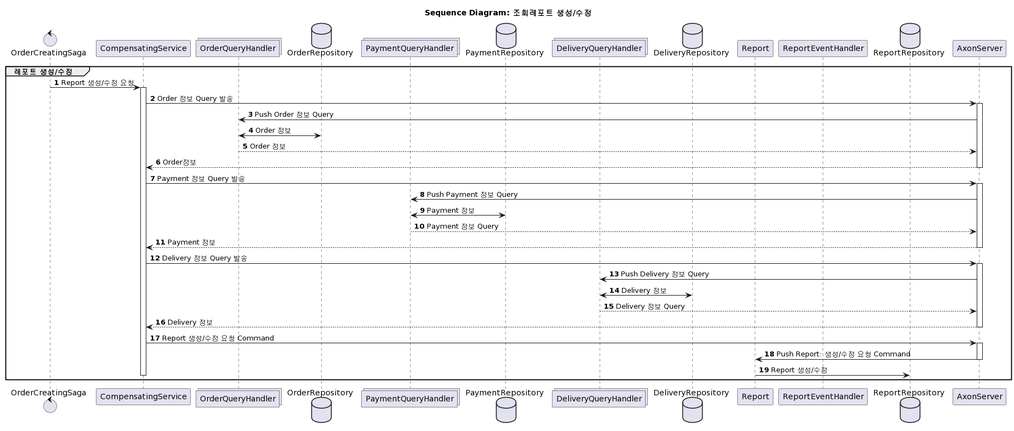
happykubepia/agilemall-axon keeps this PlantUML diagram as doc/uml/sequence/seq_create.png. Above is the earlier version.
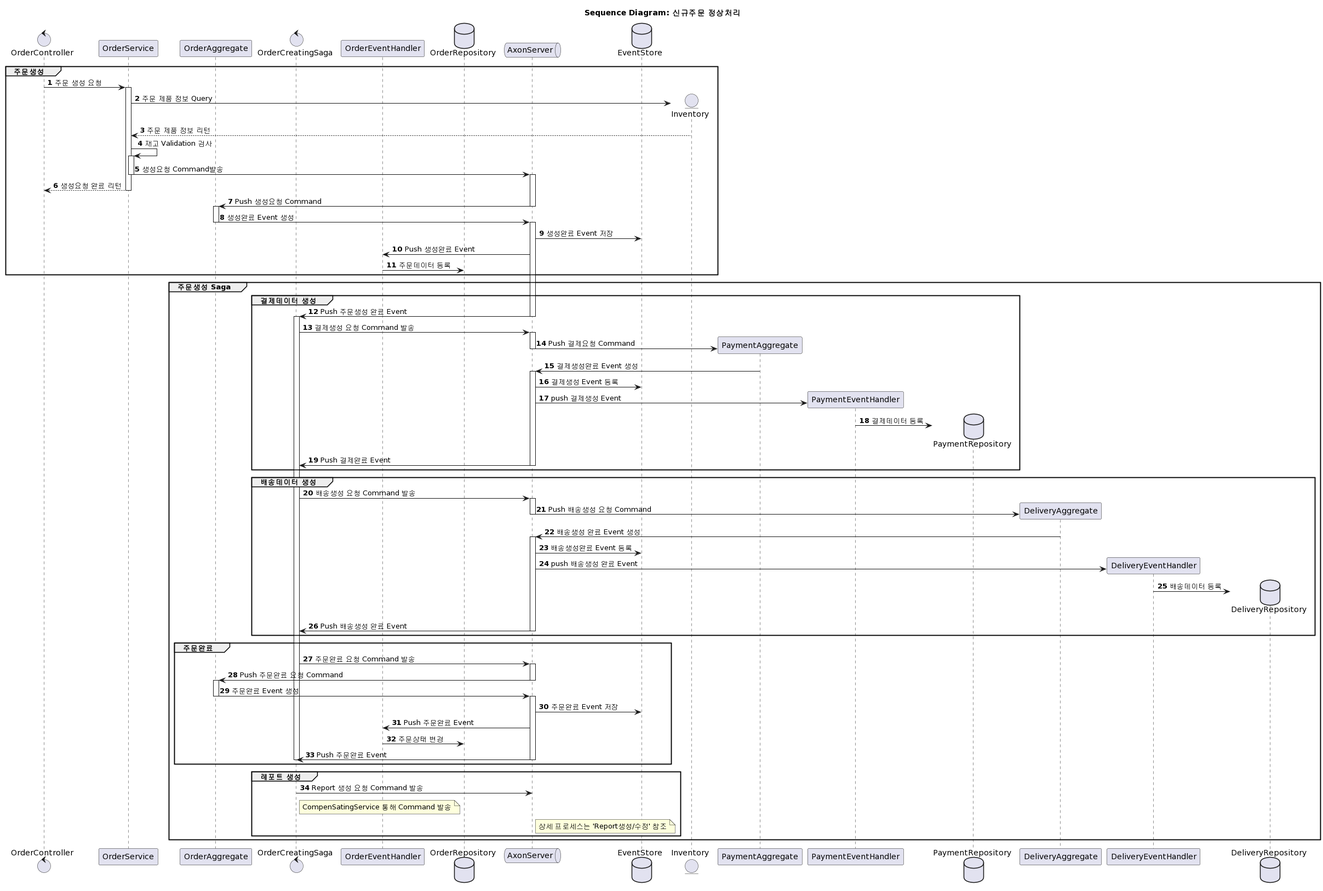
After the change.

Commit message:
add sequence diagram

The edit, as a diff of the source:
```diff
@@ -1,45 +1,79 @@
 @startuml
 
 
-title Sequence Diagram: 조회레포트 생성/수정
+title Sequence Diagram: 신규주문 정상처리
 
+control OrderController
+participant OrderService
+participant OrderAggregate
 control OrderCreatingSaga
-participant CompensatingService
-collections OrderQueryHandler
+participant OrderEventHandler
 database OrderRepository
-collections PaymentQueryHandler
-database PaymentRepository
-collections DeliveryQueryHandler
-database DeliveryRepository
-participant Report
-participant ReportEventHandler
-database ReportRepository
+queue AxonServer
+database EventStore
 
 autonumber
-group 레포트 생성/수정
-OrderCreatingSaga -> CompensatingService ++: Report 생성/수정 요청
-CompensatingService -> AxonServer ++: Order 정보 Query 발송
-AxonServer -> OrderQueryHandler: Push Order 정보 Query
-OrderQueryHandler <-> OrderRepository: Order 정보
-AxonServer <-- OrderQueryHandler: Order 정보
-AxonServer --> CompensatingService --: Order정보
+group 주문생성
+OrderController -> OrderService ++: 주문 생성 요청
+create entity Inventory
+OrderService -> Inventory: 주문 제품 정보 Query
+OrderService <-- Inventory: 주문 제품 정보 리턴
+OrderService -> OrderService ++: 재고 Validation 검사
+OrderService -> AxonServer --++: 생성요청 Command발송
+OrderController <-- OrderService: 생성요청 완료 리턴
+OrderService --
+AxonServer -> OrderAggregate --++: Push 생성요청 Command
+OrderAggregate -> AxonServer --++: 생성완료 Event 생성
+AxonServer -> EventStore: 생성완료 Event 저장
+AxonServer -> OrderEventHandler: Push 생성완료 Event
+OrderEventHandler -> OrderRepository: 주문데이터 등록
+end
 
-CompensatingService -> AxonServer ++: Payment 정보 Query 발송
-AxonServer -> PaymentQueryHandler: Push Payment 정보 Query
-PaymentQueryHandler <-> PaymentRepository: Payment 정보
-AxonServer <-- PaymentQueryHandler: Payment 정보 Query
-AxonServer --> CompensatingService --: Payment 정보
+group 주문생성 Saga
+group 결제데이터 생성
+AxonServer -> OrderCreatingSaga --++: Push 주문생성 완료 Event
+OrderCreatingSaga -> AxonServer ++: 결제생성 요청 Command 발송
+create participant PaymentAggregate
+AxonServer -> PaymentAggregate --: Push 결제요청 Command
+PaymentAggregate -> AxonServer ++: 결제생성완료 Event 생성
+AxonServer -> EventStore: 결제생성 Event 등록
+create participant PaymentEventHandler
+AxonServer -> PaymentEventHandler: push 결제생성 Event
+create database PaymentRepository
+PaymentEventHandler -> PaymentRepository: 결제데이터 등록
+AxonServer -> OrderCreatingSaga --: Push 결제완료 Event
+end
 
-CompensatingService -> AxonServer ++: Delivery 정보 Query 발송
-AxonServer -> DeliveryQueryHandler: Push Delivery 정보 Query
-DeliveryQueryHandler <-> DeliveryRepository: Delivery 정보
-AxonServer <-- DeliveryQueryHandler: Delivery 정보 Query
-AxonServer --> CompensatingService --: Delivery 정보
+group 배송데이터 생성
+OrderCreatingSaga -> AxonServer ++: 배송생성 요청 Command 발송
+create participant DeliveryAggregate
+AxonServer -> DeliveryAggregate --: Push 배송생성 요청 Command
+DeliveryAggregate -> AxonServer ++: 배송생성 완료 Event 생성
+AxonServer -> EventStore: 배송생성완료 Event 등록
+create participant DeliveryEventHandler
+AxonServer -> DeliveryEventHandler: push 배송생성 완료 Event
+create database DeliveryRepository
+DeliveryEventHandler -> DeliveryRepository: 배송데이터 등록
+AxonServer -> OrderCreatingSaga --: Push 배송생성 완료 Event
+end
 
-CompensatingService -> AxonServer ++: Report 생성/수정 요청 Command
-AxonServer -> Report: Push Report: 생성/수정 요청 Command
+group 주문완료
+OrderCreatingSaga->AxonServer ++: 주문완료 요청 Command 발송
+AxonServer -> OrderAggregate --++: Push 주문완료 요청 Command
+OrderAggregate -> AxonServer --++: 주문완료 Event 생성
+AxonServer -> EventStore: 주문완료 Event 저장
+AxonServer -> OrderEventHandler: Push 주문완료 Event
+OrderEventHandler -> OrderRepository: 주문상태 변경
+AxonServer -> OrderCreatingSaga --: Push 주문완료 Event
 AxonServer --
-Report -> ReportRepository: Report 생성/수정
-CompensatingService --
+OrderCreatingSaga --
+end
+
+group 레포트 생성
+OrderCreatingSaga -> AxonServer: Report 생성 요청 Command 발송
+note right of OrderCreatingSaga: CompenSatingService 통해 Command 발송
+note right of AxonServer: 상세 프로세스는 'Report생성/수정' 참조
+end
+
 end
 @enduml
```
